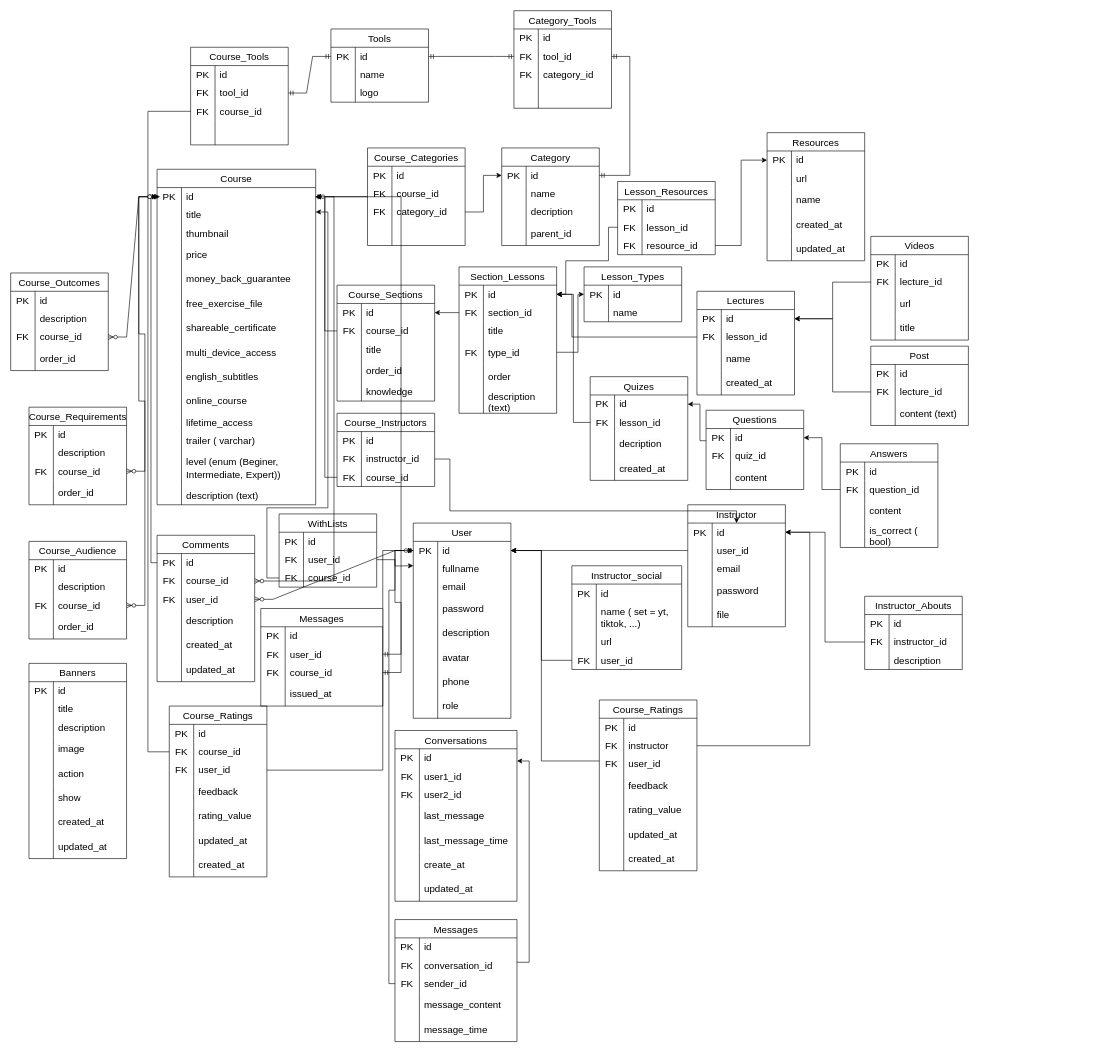
This is techstudent.drawio from phuc1903/techstudent, a draw.io file, before an edit. Source tidied: cells renumbered, new cells numbered last; positions are measured from the earlier drawing's top-left corner, leaving out a move shared by most shapes. Both pictures are drawn from the tidied source at 61%, with x=0, y=0 at pixel (10, 10).
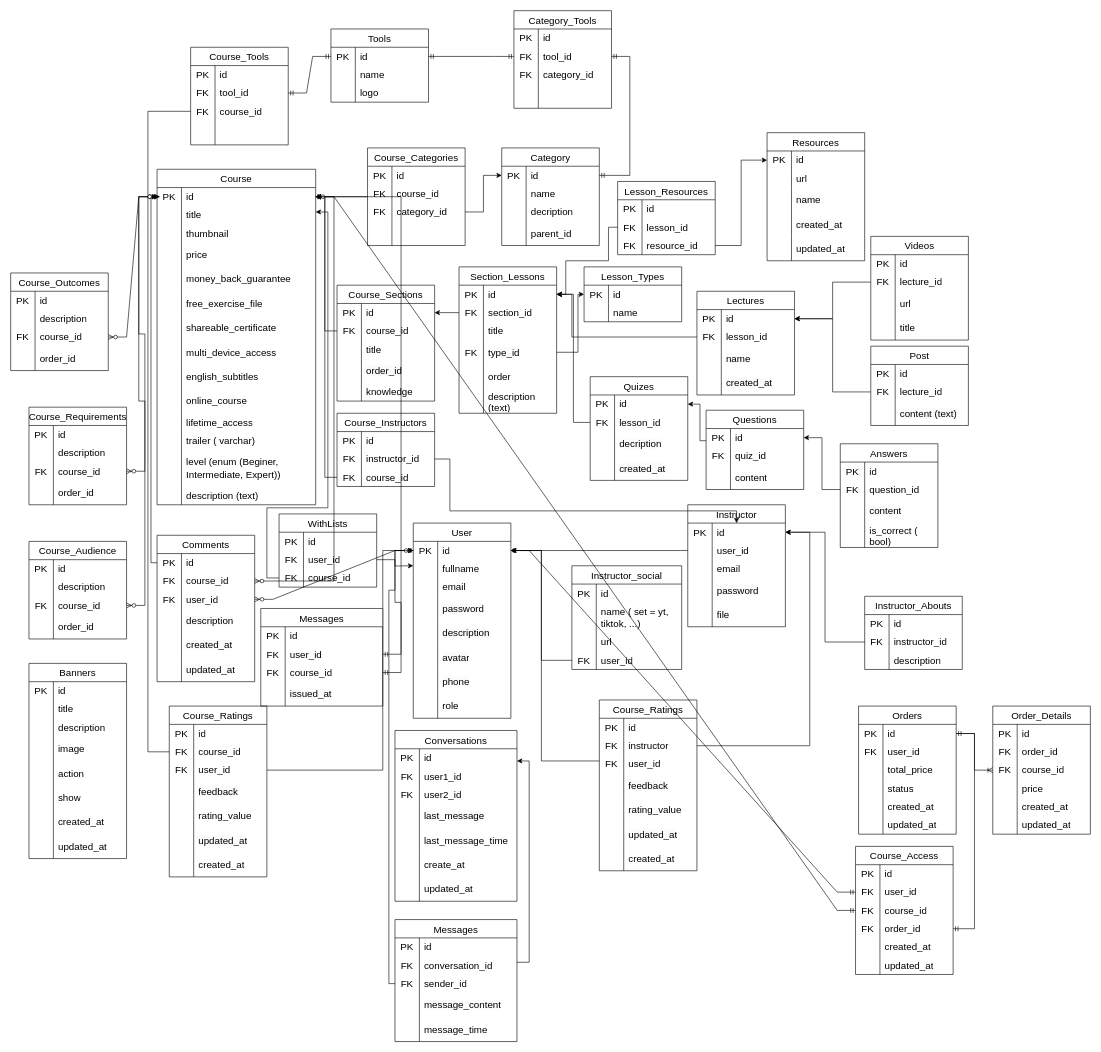
After the change.

Commit message:
Cập nhật techstudent.drawio

The change refers to these unchanged cells:
```xml
<mxCell id="3" style="shape=tableRow;horizontal=0;startSize=0;swimlaneHead=0;swimlaneBody=0;top=0;left=0;bottom=0;right=0;fillColor=none;points=[[0,0.5],[1,0.5]];portConstraint=eastwest;strokeColor=inherit;fontSize=16;" parent="2" vertex="1">
  <mxGeometry y="30" width="260" height="30" as="geometry" />
</mxCell>
<mxCell id="151" style="shape=tableRow;horizontal=0;startSize=0;swimlaneHead=0;swimlaneBody=0;top=0;left=0;bottom=0;right=0;fillColor=none;points=[[0,0.5],[1,0.5]];portConstraint=eastwest;strokeColor=inherit;fontSize=16;" parent="150" vertex="1">
  <mxGeometry y="30" width="160" height="30" as="geometry" />
</mxCell>
```

The edit, as a diff of the source:
```diff
@@
+    <mxCell id="548" value="Orders" style="shape=table;startSize=30;childLayout=tableLayout;rowLines=0;fontStyle=0;strokeColor=default;fontSize=16;" parent="1" vertex="1">
+      <mxGeometry x="1390" y="1140" width="160" height="210" as="geometry" />
+    </mxCell>
+    <mxCell id="549" style="shape=tableRow;horizontal=0;startSize=0;swimlaneHead=0;swimlaneBody=0;top=0;left=0;bottom=0;right=0;fillColor=none;points=[[0,0.5],[1,0.5]];portConstraint=eastwest;strokeColor=inherit;fontSize=16;" parent="548" vertex="1">
+      <mxGeometry y="30" width="160" height="30" as="geometry" />
+    </mxCell>
+    <mxCell id="550" value="PK" style="shape=partialRectangle;html=1;whiteSpace=wrap;fillColor=none;top=0;left=0;bottom=0;right=0;overflow=hidden;strokeColor=inherit;fontSize=16;" parent="549" vertex="1">
+      <mxGeometry width="40" height="30" as="geometry" />
+    </mxCell>
+    <mxCell id="551" value="id" style="shape=partialRectangle;html=1;whiteSpace=wrap;fillColor=none;top=0;left=0;bottom=0;right=0;align=left;spacingLeft=6;overflow=hidden;strokeColor=inherit;fontSize=16;" parent="549" vertex="1">
+      <mxGeometry x="40" width="120" height="30" as="geometry" />
+    </mxCell>
+    <mxCell id="552" style="shape=tableRow;horizontal=0;startSize=0;swimlaneHead=0;swimlaneBody=0;top=0;left=0;bottom=0;right=0;fillColor=none;strokeColor=inherit;fontSize=16;" parent="548" vertex="1">
+      <mxGeometry y="60" width="160" height="30" as="geometry" />
+    </mxCell>
+    <mxCell id="553" value="FK" style="shape=partialRectangle;html=1;whiteSpace=wrap;fillColor=none;top=0;left=0;bottom=0;right=0;overflow=hidden;strokeColor=inherit;fontSize=16;" parent="552" vertex="1">
+      <mxGeometry width="40" height="30" as="geometry" />
+    </mxCell>
+    <mxCell id="554" value="user_id" style="shape=partialRectangle;html=1;whiteSpace=wrap;fillColor=none;top=0;left=0;bottom=0;right=0;align=left;spacingLeft=6;overflow=hidden;strokeColor=inherit;fontSize=16;" parent="552" vertex="1">
+      <mxGeometry x="40" width="120" height="30" as="geometry" />
+    </mxCell>
+    <mxCell id="555" style="shape=tableRow;horizontal=0;startSize=0;swimlaneHead=0;swimlaneBody=0;top=0;left=0;bottom=0;right=0;fillColor=none;strokeColor=inherit;fontSize=16;" parent="548" vertex="1">
+      <mxGeometry y="90" width="160" height="30" as="geometry" />
+    </mxCell>
+    <mxCell id="556" style="shape=partialRectangle;html=1;whiteSpace=wrap;fillColor=none;top=0;left=0;bottom=0;right=0;overflow=hidden;strokeColor=inherit;fontSize=16;" parent="555" vertex="1">
+      <mxGeometry width="40" height="30" as="geometry" />
+    </mxCell>
+    <mxCell id="557" value="total_price" style="shape=partialRectangle;html=1;whiteSpace=wrap;fillColor=none;top=0;left=0;bottom=0;right=0;align=left;spacingLeft=6;overflow=hidden;strokeColor=inherit;fontSize=16;" parent="555" vertex="1">
+      <mxGeometry x="40" width="120" height="30" as="geometry" />
+    </mxCell>
+    <mxCell id="558" style="shape=tableRow;horizontal=0;startSize=0;swimlaneHead=0;swimlaneBody=0;top=0;left=0;bottom=0;right=0;fillColor=none;strokeColor=inherit;fontSize=16;" parent="548" vertex="1">
+      <mxGeometry y="120" width="160" height="30" as="geometry" />
+    </mxCell>
+    <mxCell id="559" style="shape=partialRectangle;html=1;whiteSpace=wrap;fillColor=none;top=0;left=0;bottom=0;right=0;overflow=hidden;strokeColor=inherit;fontSize=16;" parent="558" vertex="1">
+      <mxGeometry width="40" height="30" as="geometry" />
+    </mxCell>
+    <mxCell id="560" value="status" style="shape=partialRectangle;html=1;whiteSpace=wrap;fillColor=none;top=0;left=0;bottom=0;right=0;align=left;spacingLeft=6;overflow=hidden;strokeColor=inherit;fontSize=16;" parent="558" vertex="1">
+      <mxGeometry x="40" width="120" height="30" as="geometry" />
+    </mxCell>
+    <mxCell id="561" style="shape=tableRow;horizontal=0;startSize=0;swimlaneHead=0;swimlaneBody=0;top=0;left=0;bottom=0;right=0;fillColor=none;strokeColor=inherit;fontSize=16;" parent="548" vertex="1">
+      <mxGeometry y="150" width="160" height="30" as="geometry" />
+    </mxCell>
+    <mxCell id="562" style="shape=partialRectangle;html=1;whiteSpace=wrap;fillColor=none;top=0;left=0;bottom=0;right=0;overflow=hidden;strokeColor=inherit;fontSize=16;" parent="561" vertex="1">
+      <mxGeometry width="40" height="30" as="geometry" />
+    </mxCell>
+    <mxCell id="563" value="created_at" style="shape=partialRectangle;html=1;whiteSpace=wrap;fillColor=none;top=0;left=0;bottom=0;right=0;align=left;spacingLeft=6;overflow=hidden;strokeColor=inherit;fontSize=16;" parent="561" vertex="1">
+      <mxGeometry x="40" width="120" height="30" as="geometry" />
+    </mxCell>
+    <mxCell id="564" style="shape=tableRow;horizontal=0;startSize=0;swimlaneHead=0;swimlaneBody=0;top=0;left=0;bottom=0;right=0;fillColor=none;strokeColor=inherit;fontSize=16;" parent="548" vertex="1">
+      <mxGeometry y="180" width="160" height="30" as="geometry" />
+    </mxCell>
+    <mxCell id="565" style="shape=partialRectangle;html=1;whiteSpace=wrap;fillColor=none;top=0;left=0;bottom=0;right=0;overflow=hidden;strokeColor=inherit;fontSize=16;" parent="564" vertex="1">
+      <mxGeometry width="40" height="30" as="geometry" />
+    </mxCell>
+    <mxCell id="566" value="updated_at" style="shape=partialRectangle;html=1;whiteSpace=wrap;fillColor=none;top=0;left=0;bottom=0;right=0;align=left;spacingLeft=6;overflow=hidden;strokeColor=inherit;fontSize=16;" parent="564" vertex="1">
+      <mxGeometry x="40" width="120" height="30" as="geometry" />
+    </mxCell>
+    <mxCell id="567" value="Order_Details" style="shape=table;startSize=30;childLayout=tableLayout;rowLines=0;fontStyle=0;strokeColor=default;fontSize=16;" parent="1" vertex="1">
+      <mxGeometry x="1610" y="1140" width="160" height="210" as="geometry" />
+    </mxCell>
+    <mxCell id="568" style="shape=tableRow;horizontal=0;startSize=0;swimlaneHead=0;swimlaneBody=0;top=0;left=0;bottom=0;right=0;fillColor=none;strokeColor=inherit;fontSize=16;" parent="567" vertex="1">
+      <mxGeometry y="30" width="160" height="30" as="geometry" />
+    </mxCell>
+    <mxCell id="569" value="PK" style="shape=partialRectangle;html=1;whiteSpace=wrap;fillColor=none;top=0;left=0;bottom=0;right=0;overflow=hidden;strokeColor=inherit;fontSize=16;" parent="568" vertex="1">
+      <mxGeometry width="40" height="30" as="geometry" />
+    </mxCell>
+    <mxCell id="570" value="id" style="shape=partialRectangle;html=1;whiteSpace=wrap;fillColor=none;top=0;left=0;bottom=0;right=0;align=left;spacingLeft=6;overflow=hidden;strokeColor=inherit;fontSize=16;" parent="568" vertex="1">
+      <mxGeometry x="40" width="120" height="30" as="geometry" />
+    </mxCell>
+    <mxCell id="571" style="shape=tableRow;horizontal=0;startSize=0;swimlaneHead=0;swimlaneBody=0;top=0;left=0;bottom=0;right=0;fillColor=none;strokeColor=inherit;fontSize=16;" parent="567" vertex="1">
+      <mxGeometry y="60" width="160" height="30" as="geometry" />
+    </mxCell>
+    <mxCell id="572" value="FK" style="shape=partialRectangle;html=1;whiteSpace=wrap;fillColor=none;top=0;left=0;bottom=0;right=0;overflow=hidden;strokeColor=inherit;fontSize=16;" parent="571" vertex="1">
+      <mxGeometry width="40" height="30" as="geometry" />
+    </mxCell>
+    <mxCell id="573" value="order_id" style="shape=partialRectangle;html=1;whiteSpace=wrap;fillColor=none;top=0;left=0;bottom=0;right=0;align=left;spacingLeft=6;overflow=hidden;strokeColor=inherit;fontSize=16;" parent="571" vertex="1">
+      <mxGeometry x="40" width="120" height="30" as="geometry" />
+    </mxCell>
+    <mxCell id="574" style="shape=tableRow;horizontal=0;startSize=0;swimlaneHead=0;swimlaneBody=0;top=0;left=0;bottom=0;right=0;fillColor=none;points=[[0,0.5],[1,0.5]];portConstraint=eastwest;strokeColor=inherit;fontSize=16;" parent="567" vertex="1">
+      <mxGeometry y="90" width="160" height="30" as="geometry" />
+    </mxCell>
+    <mxCell id="575" value="FK" style="shape=partialRectangle;html=1;whiteSpace=wrap;fillColor=none;top=0;left=0;bottom=0;right=0;overflow=hidden;strokeColor=inherit;fontSize=16;" parent="574" vertex="1">
+      <mxGeometry width="40" height="30" as="geometry" />
+    </mxCell>
+    <mxCell id="576" value="course_id" style="shape=partialRectangle;html=1;whiteSpace=wrap;fillColor=none;top=0;left=0;bottom=0;right=0;align=left;spacingLeft=6;overflow=hidden;strokeColor=inherit;fontSize=16;" parent="574" vertex="1">
+      <mxGeometry x="40" width="120" height="30" as="geometry" />
+    </mxCell>
+    <mxCell id="577" style="shape=tableRow;horizontal=0;startSize=0;swimlaneHead=0;swimlaneBody=0;top=0;left=0;bottom=0;right=0;fillColor=none;strokeColor=inherit;fontSize=16;" parent="567" vertex="1">
+      <mxGeometry y="120" width="160" height="30" as="geometry" />
+    </mxCell>
+    <mxCell id="578" style="shape=partialRectangle;html=1;whiteSpace=wrap;fillColor=none;top=0;left=0;bottom=0;right=0;overflow=hidden;strokeColor=inherit;fontSize=16;" parent="577" vertex="1">
+      <mxGeometry width="40" height="30" as="geometry" />
+    </mxCell>
+    <mxCell id="579" value="price" style="shape=partialRectangle;html=1;whiteSpace=wrap;fillColor=none;top=0;left=0;bottom=0;right=0;align=left;spacingLeft=6;overflow=hidden;strokeColor=inherit;fontSize=16;" parent="577" vertex="1">
+      <mxGeometry x="40" width="120" height="30" as="geometry" />
+    </mxCell>
+    <mxCell id="580" style="shape=tableRow;horizontal=0;startSize=0;swimlaneHead=0;swimlaneBody=0;top=0;left=0;bottom=0;right=0;fillColor=none;strokeColor=inherit;fontSize=16;" parent="567" vertex="1">
+      <mxGeometry y="150" width="160" height="30" as="geometry" />
+    </mxCell>
+    <mxCell id="581" style="shape=partialRectangle;html=1;whiteSpace=wrap;fillColor=none;top=0;left=0;bottom=0;right=0;overflow=hidden;strokeColor=inherit;fontSize=16;" parent="580" vertex="1">
+      <mxGeometry width="40" height="30" as="geometry" />
+    </mxCell>
+    <mxCell id="582" value="created_at" style="shape=partialRectangle;html=1;whiteSpace=wrap;fillColor=none;top=0;left=0;bottom=0;right=0;align=left;spacingLeft=6;overflow=hidden;strokeColor=inherit;fontSize=16;" parent="580" vertex="1">
+      <mxGeometry x="40" width="120" height="30" as="geometry" />
+    </mxCell>
+    <mxCell id="583" style="shape=tableRow;horizontal=0;startSize=0;swimlaneHead=0;swimlaneBody=0;top=0;left=0;bottom=0;right=0;fillColor=none;strokeColor=inherit;fontSize=16;" parent="567" vertex="1">
+      <mxGeometry y="180" width="160" height="30" as="geometry" />
+    </mxCell>
+    <mxCell id="584" style="shape=partialRectangle;html=1;whiteSpace=wrap;fillColor=none;top=0;left=0;bottom=0;right=0;overflow=hidden;strokeColor=inherit;fontSize=16;" parent="583" vertex="1">
+      <mxGeometry width="40" height="30" as="geometry" />
+    </mxCell>
+    <mxCell id="585" value="updated_at" style="shape=partialRectangle;html=1;whiteSpace=wrap;fillColor=none;top=0;left=0;bottom=0;right=0;align=left;spacingLeft=6;overflow=hidden;strokeColor=inherit;fontSize=16;" parent="583" vertex="1">
+      <mxGeometry x="40" width="120" height="30" as="geometry" />
+    </mxCell>
+    <mxCell id="586" value="Course_Access" style="shape=table;startSize=30;childLayout=tableLayout;rowLines=0;fontStyle=0;strokeColor=default;fontSize=16;" parent="1" vertex="1">
+      <mxGeometry x="1385" y="1370" width="160" height="210" as="geometry" />
+    </mxCell>
+    <mxCell id="587" style="shape=tableRow;horizontal=0;startSize=0;swimlaneHead=0;swimlaneBody=0;top=0;left=0;bottom=0;right=0;fillColor=none;strokeColor=inherit;fontSize=16;" parent="586" vertex="1">
+      <mxGeometry y="30" width="160" height="30" as="geometry" />
+    </mxCell>
+    <mxCell id="588" value="PK" style="shape=partialRectangle;html=1;whiteSpace=wrap;fillColor=none;top=0;left=0;bottom=0;right=0;overflow=hidden;strokeColor=inherit;fontSize=16;" parent="587" vertex="1">
+      <mxGeometry width="40" height="30" as="geometry" />
+    </mxCell>
+    <mxCell id="589" value="id" style="shape=partialRectangle;html=1;whiteSpace=wrap;fillColor=none;top=0;left=0;bottom=0;right=0;align=left;spacingLeft=6;overflow=hidden;strokeColor=inherit;fontSize=16;" parent="587" vertex="1">
+      <mxGeometry x="40" width="120" height="30" as="geometry" />
+    </mxCell>
+    <mxCell id="590" style="shape=tableRow;horizontal=0;startSize=0;swimlaneHead=0;swimlaneBody=0;top=0;left=0;bottom=0;right=0;fillColor=none;points=[[0,0.5],[1,0.5]];portConstraint=eastwest;strokeColor=inherit;fontSize=16;" parent="586" vertex="1">
+      <mxGeometry y="60" width="160" height="30" as="geometry" />
+    </mxCell>
+    <mxCell id="591" value="FK" style="shape=partialRectangle;html=1;whiteSpace=wrap;fillColor=none;top=0;left=0;bottom=0;right=0;overflow=hidden;strokeColor=inherit;fontSize=16;" parent="590" vertex="1">
+      <mxGeometry width="40" height="30" as="geometry" />
+    </mxCell>
+    <mxCell id="592" value="user_id" style="shape=partialRectangle;html=1;whiteSpace=wrap;fillColor=none;top=0;left=0;bottom=0;right=0;align=left;spacingLeft=6;overflow=hidden;strokeColor=inherit;fontSize=16;" parent="590" vertex="1">
+      <mxGeometry x="40" width="120" height="30" as="geometry" />
+    </mxCell>
+    <mxCell id="593" style="shape=tableRow;horizontal=0;startSize=0;swimlaneHead=0;swimlaneBody=0;top=0;left=0;bottom=0;right=0;fillColor=none;points=[[0,0.5],[1,0.5]];portConstraint=eastwest;strokeColor=inherit;fontSize=16;" parent="586" vertex="1">
+      <mxGeometry y="90" width="160" height="30" as="geometry" />
+    </mxCell>
+    <mxCell id="594" value="FK" style="shape=partialRectangle;html=1;whiteSpace=wrap;fillColor=none;top=0;left=0;bottom=0;right=0;overflow=hidden;strokeColor=inherit;fontSize=16;" parent="593" vertex="1">
+      <mxGeometry width="40" height="30" as="geometry" />
+    </mxCell>
+    <mxCell id="595" value="course_id" style="shape=partialRectangle;html=1;whiteSpace=wrap;fillColor=none;top=0;left=0;bottom=0;right=0;align=left;spacingLeft=6;overflow=hidden;strokeColor=inherit;fontSize=16;" parent="593" vertex="1">
+      <mxGeometry x="40" width="120" height="30" as="geometry" />
+    </mxCell>
+    <mxCell id="596" style="shape=tableRow;horizontal=0;startSize=0;swimlaneHead=0;swimlaneBody=0;top=0;left=0;bottom=0;right=0;fillColor=none;points=[[0,0.5],[1,0.5]];portConstraint=eastwest;strokeColor=inherit;fontSize=16;" parent="586" vertex="1">
+      <mxGeometry y="120" width="160" height="30" as="geometry" />
+    </mxCell>
+    <mxCell id="597" value="FK" style="shape=partialRectangle;html=1;whiteSpace=wrap;fillColor=none;top=0;left=0;bottom=0;right=0;overflow=hidden;strokeColor=inherit;fontSize=16;" parent="596" vertex="1">
+      <mxGeometry width="40" height="30" as="geometry" />
+    </mxCell>
+    <mxCell id="598" value="order_id" style="shape=partialRectangle;html=1;whiteSpace=wrap;fillColor=none;top=0;left=0;bottom=0;right=0;align=left;spacingLeft=6;overflow=hidden;strokeColor=inherit;fontSize=16;" parent="596" vertex="1">
+      <mxGeometry x="40" width="120" height="30" as="geometry" />
+    </mxCell>
+    <mxCell id="599" style="shape=tableRow;horizontal=0;startSize=0;swimlaneHead=0;swimlaneBody=0;top=0;left=0;bottom=0;right=0;fillColor=none;strokeColor=inherit;fontSize=16;" parent="586" vertex="1">
+      <mxGeometry y="150" width="160" height="30" as="geometry" />
+    </mxCell>
+    <mxCell id="600" style="shape=partialRectangle;html=1;whiteSpace=wrap;fillColor=none;top=0;left=0;bottom=0;right=0;overflow=hidden;strokeColor=inherit;fontSize=16;" parent="599" vertex="1">
+      <mxGeometry width="40" height="30" as="geometry" />
+    </mxCell>
+    <mxCell id="601" value="created_at" style="shape=partialRectangle;html=1;whiteSpace=wrap;fillColor=none;top=0;left=0;bottom=0;right=0;align=left;spacingLeft=6;overflow=hidden;strokeColor=inherit;fontSize=16;" parent="599" vertex="1">
+      <mxGeometry x="40" width="120" height="30" as="geometry" />
+    </mxCell>
+    <mxCell id="602" style="shape=tableRow;horizontal=0;startSize=0;swimlaneHead=0;swimlaneBody=0;top=0;left=0;bottom=0;right=0;fillColor=none;strokeColor=inherit;fontSize=16;" parent="586" vertex="1">
+      <mxGeometry y="180" width="160" height="30" as="geometry" />
+    </mxCell>
+    <mxCell id="603" style="shape=partialRectangle;html=1;whiteSpace=wrap;fillColor=none;top=0;left=0;bottom=0;right=0;overflow=hidden;strokeColor=inherit;fontSize=16;" parent="602" vertex="1">
+      <mxGeometry width="40" height="30" as="geometry" />
+    </mxCell>
+    <mxCell id="604" value="updated_at" style="shape=partialRectangle;html=1;whiteSpace=wrap;fillColor=none;top=0;left=0;bottom=0;right=0;align=left;spacingLeft=6;overflow=hidden;strokeColor=inherit;fontSize=16;" parent="602" vertex="1">
+      <mxGeometry x="40" width="120" height="30" as="geometry" />
+    </mxCell>
+    <mxCell id="605" style="edgeStyle=entityRelationEdgeStyle;fontSize=12;html=1;endArrow=ERoneToMany;rounded=0;" parent="1" edge="1" source="549" target="574">
+      <mxGeometry relative="1" as="geometry" />
+    </mxCell>
+    <mxCell id="606" style="edgeStyle=entityRelationEdgeStyle;fontSize=12;html=1;endArrow=ERmandOne;startArrow=ERmandOne;rounded=0;" parent="1" edge="1" source="590" target="151">
+      <mxGeometry relative="1" as="geometry">
+        <Array as="points">
+          <mxPoint x="1670" y="1430" />
+        </Array>
+      </mxGeometry>
+    </mxCell>
+    <mxCell id="607" style="edgeStyle=entityRelationEdgeStyle;fontSize=12;html=1;endArrow=ERmandOne;startArrow=ERmandOne;rounded=0;" parent="1" edge="1" source="549" target="596">
+      <mxGeometry relative="1" as="geometry" />
+    </mxCell>
+    <mxCell id="608" style="edgeStyle=entityRelationEdgeStyle;fontSize=12;html=1;endArrow=ERmandOne;startArrow=ERmandOne;rounded=0;" parent="1" edge="1" source="3" target="593">
+      <mxGeometry relative="1" as="geometry" />
+    </mxCell>
```
